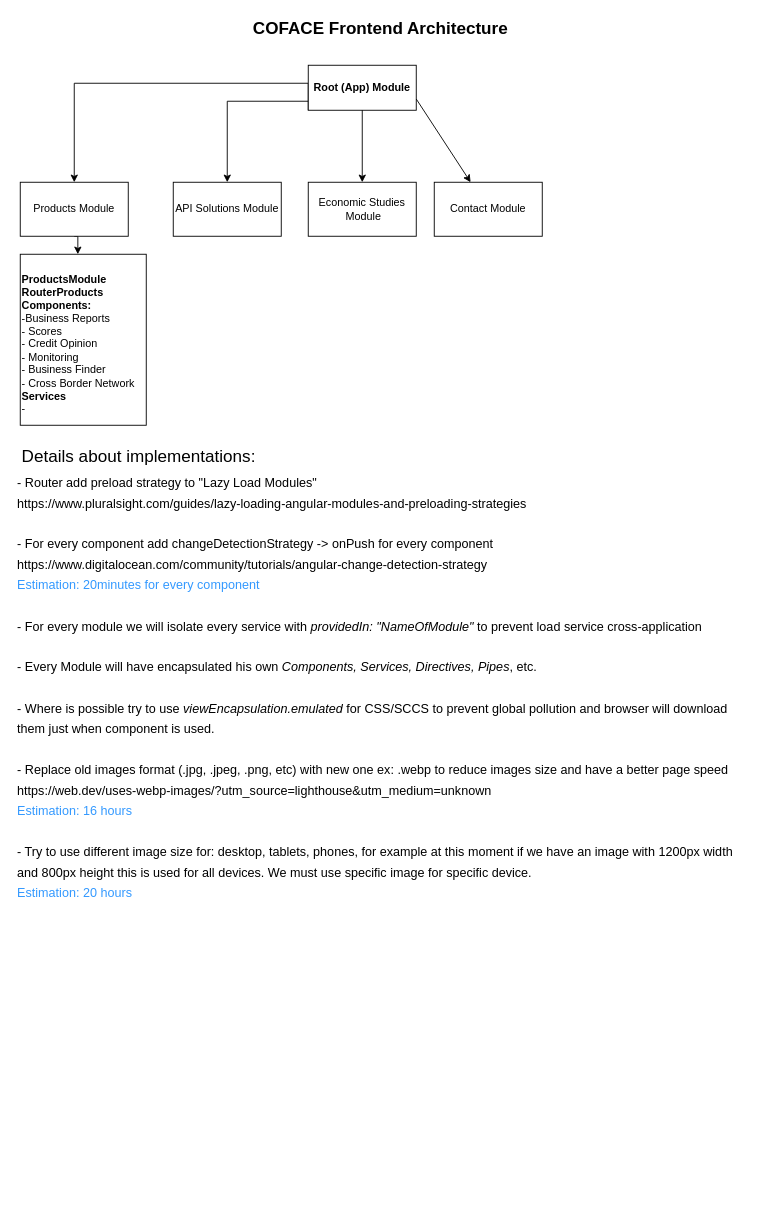
valikonen/coface keeps this draw.io diagram as Untitled Diagram.drawio. Above is the earlier version. Source tidied: cells renumbered, new cells numbered last; positions are measured from the earlier drawing's top-left corner, leaving out a move shared by most shapes. Both pictures are drawn from the tidied source at 90%, with x=0, y=0 at pixel (15, 15).
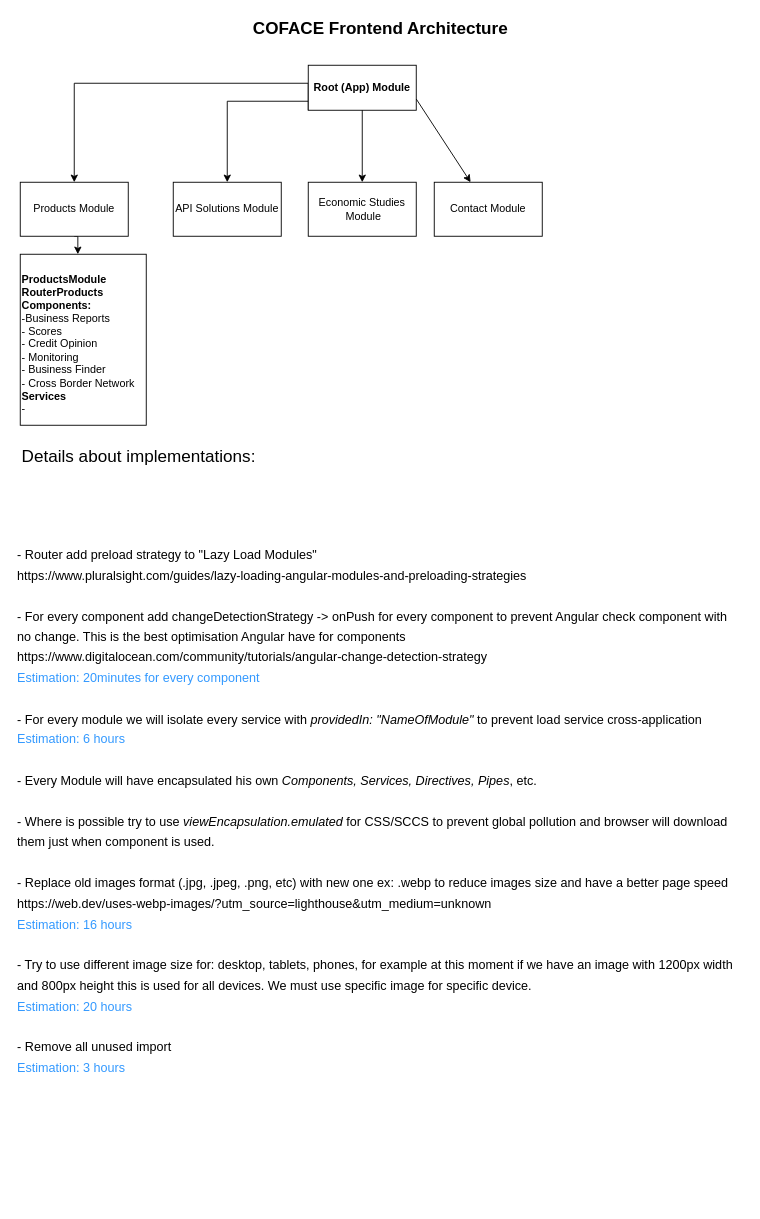
The same page after the edit.

The edit, as a diff of the source:
```diff
@@
 <mxGraphModel>
   <root>
     <mxCell id="0" />
     <mxCell id="1" parent="0" />
     <mxCell id="2" style="edgeStyle=orthogonalEdgeStyle;rounded=0;jettySize=auto;html=1;exitX=0;exitY=1;exitDx=0;exitDy=0;" parent="1" edge="1" source="4" target="6">
       <mxGeometry relative="1" as="geometry">
         <Array as="points">
           <mxPoint x="325" y="75" />
           <mxPoint x="65" y="75" />
         </Array>
       </mxGeometry>
     </mxCell>
     <mxCell id="3" style="edgeStyle=orthogonalEdgeStyle;rounded=0;jettySize=auto;html=1;exitX=0.5;exitY=1;exitDx=0;exitDy=0;" parent="1" edge="1" source="4" target="8">
       <mxGeometry relative="1" as="geometry">
         <Array as="points">
           <mxPoint x="385" y="95" />
           <mxPoint x="235" y="95" />
         </Array>
       </mxGeometry>
     </mxCell>
     <mxCell id="4" value="Root (App) Module" style="rounded=0;whiteSpace=wrap;html=1;fontStyle=1;" parent="1" vertex="1">
       <mxGeometry x="325" y="55" width="120" height="50" as="geometry" />
     </mxCell>
     <mxCell id="5" style="edgeStyle=orthogonalEdgeStyle;rounded=0;jettySize=auto;html=1;exitX=0.5;exitY=1;exitDx=0;exitDy=0;entryX=0.457;entryY=0;entryDx=0;entryDy=0;entryPerimeter=0;" parent="1" edge="1" source="6" target="7">
       <mxGeometry relative="1" as="geometry" />
     </mxCell>
     <mxCell id="6" value="Products Module&lt;br&gt;" style="rounded=0;whiteSpace=wrap;html=1;" parent="1" vertex="1">
       <mxGeometry x="5" y="185" width="120" height="60" as="geometry" />
     </mxCell>
     <mxCell id="7" value="&lt;b&gt;&lt;br&gt;ProductsModule&lt;br&gt;RouterProducts&lt;br&gt;Components:&lt;/b&gt;&lt;br&gt;-Business Reports&lt;br&gt;- Scores&lt;br&gt;- Credit Opinion&lt;br&gt;- Monitoring&lt;br&gt;- Business Finder&lt;br&gt;- Cross Border Network&lt;br&gt;&lt;b&gt;Services&lt;br&gt;&lt;/b&gt;-" style="rounded=0;whiteSpace=wrap;html=1;align=left;verticalAlign=top;" parent="1" vertex="1">
       <mxGeometry x="5" y="265" width="140" height="190" as="geometry" />
     </mxCell>
     <mxCell id="8" value="API Solutions Module" style="rounded=0;whiteSpace=wrap;html=1;" parent="1" vertex="1">
       <mxGeometry x="175" y="185" width="120" height="60" as="geometry" />
     </mxCell>
     <mxCell id="9" style="endArrow=classic;html=1;exitX=0.5;exitY=1;exitDx=0;exitDy=0;" parent="1" edge="1" source="4">
       <mxGeometry relative="1" as="geometry">
         <mxPoint x="385" y="185" as="targetPoint" />
       </mxGeometry>
     </mxCell>
     <mxCell id="10" value="Economic Studies&lt;br&gt;&amp;nbsp;Module" style="rounded=0;whiteSpace=wrap;html=1;" parent="1" vertex="1">
       <mxGeometry x="325" y="185" width="120" height="60" as="geometry" />
     </mxCell>
     <mxCell id="11" style="endArrow=classic;html=1;exitX=1;exitY=0.75;exitDx=0;exitDy=0;" parent="1" edge="1" source="4" target="12">
       <mxGeometry relative="1" as="geometry" />
     </mxCell>
     <mxCell id="12" value="Contact Module" style="rounded=0;whiteSpace=wrap;html=1;" parent="1" vertex="1">
       <mxGeometry x="465" y="185" width="120" height="60" as="geometry" />
     </mxCell>
     <mxCell id="13" value="COFACE Frontend Architecture" style="text;html=1;align=center;verticalAlign=middle;fontSize=19;fontStyle=1;" parent="1" vertex="1">
       <mxGeometry x="255" width="300" height="30" as="geometry" />
     </mxCell>
     <mxCell id="14" value="Details about implementations:" style="text;html=1;align=left;verticalAlign=middle;fontSize=19;" parent="1" vertex="1">
       <mxGeometry x="5" y="475" width="280" height="30" as="geometry" />
     </mxCell>
-    <mxCell id="15" value="&lt;font&gt;&lt;span style=&quot;font-size: 14px&quot;&gt;- Router add preload strategy to &quot;Lazy Load Modules&quot;&lt;/span&gt;&lt;br&gt;&lt;span style=&quot;font-size: 14px&quot;&gt;https://www.pluralsight.com/guides/lazy-loading-angular-modules-and-preloading-strategies&lt;/span&gt;&lt;br&gt;&lt;br&gt;&lt;span style=&quot;font-size: 14px&quot;&gt;- For every component add changeDetectionStrategy -&amp;gt; onPush for every component&amp;nbsp;&lt;/span&gt;&lt;br&gt;&lt;span style=&quot;font-size: 14px&quot;&gt;https://www.digitalocean.com/community/tutorials/angular-change-detection-strategy&lt;/span&gt;&lt;br&gt;&lt;font color=&quot;#3399ff&quot; style=&quot;font-size: 14px&quot;&gt;Estimation: 20minutes for every component&amp;nbsp;&lt;br&gt;&lt;br&gt;&lt;/font&gt;&lt;span style=&quot;font-size: 14px&quot;&gt;- For every module we will isolate every service with &lt;/span&gt;&lt;i style=&quot;font-size: 14px&quot;&gt;providedIn: &quot;NameOfModule&quot;&lt;/i&gt;&lt;span style=&quot;font-size: 14px&quot;&gt; to prevent load service cross-application&lt;/span&gt;&lt;br&gt;&lt;br&gt;&lt;span style=&quot;font-size: 14px&quot;&gt;- Every Module will have encapsulated his own&lt;/span&gt;&lt;i style=&quot;font-size: 14px&quot;&gt; Components, Services, Directives, Pipes&lt;/i&gt;&lt;span style=&quot;font-size: 14px&quot;&gt;, etc.&lt;/span&gt;&lt;br&gt;&lt;br&gt;&lt;span style=&quot;font-size: 14px&quot;&gt;- Where is possible try to use &lt;/span&gt;&lt;i style=&quot;font-size: 14px&quot;&gt;viewEncapsulation.emulated&lt;/i&gt;&lt;span style=&quot;font-size: 14px&quot;&gt; for CSS/SCCS to prevent global pollution and browser will download &lt;/span&gt;&lt;br&gt;&lt;span style=&quot;font-size: 14px&quot;&gt;them just when component is used.&lt;/span&gt;&lt;br&gt;&lt;br&gt;&lt;span style=&quot;font-size: 14px&quot;&gt;- Replace old images format (.jpg, .jpeg, .png, etc) with new one ex: .webp to reduce images size and have a better page speed&lt;/span&gt;&lt;br&gt;&lt;span style=&quot;font-size: 14px&quot;&gt;https://web.dev/uses-webp-images/?utm_source=lighthouse&amp;amp;utm_medium=unknown&amp;nbsp;&lt;/span&gt;&lt;br&gt;&lt;span style=&quot;font-size: 14px ; color: rgb(51 , 153 , 255)&quot;&gt;Estimation: 16 hours&lt;br&gt;&lt;br&gt;&lt;/span&gt;&lt;span style=&quot;font-size: 14px&quot;&gt;- Try to use different image size for: desktop, tablets, phones, for example at this moment if we have an image with 1200px width &lt;/span&gt;&lt;br&gt;&lt;span style=&quot;font-size: 14px&quot;&gt;and 800px height this is used for all devices. We must use specific image for specific device.&lt;/span&gt;&lt;br&gt;&lt;span style=&quot;font-size: 14px ; color: rgb(51 , 153 , 255)&quot;&gt;Estimation: 20 hours&lt;br&gt;&lt;/span&gt;&lt;br&gt;&lt;br&gt;&lt;br&gt;&lt;/font&gt;" style="text;html=1;align=left;verticalAlign=middle;fontSize=19;" parent="1" vertex="1">
-      <mxGeometry y="485" width="810" height="590" as="geometry" />
+    <mxCell id="15" value="&lt;font&gt;&lt;span style=&quot;font-size: 14px&quot;&gt;- Router add preload strategy to &quot;Lazy Load Modules&quot;&lt;/span&gt;&lt;br&gt;&lt;span style=&quot;font-size: 14px&quot;&gt;https://www.pluralsight.com/guides/lazy-loading-angular-modules-and-preloading-strategies&lt;/span&gt;&lt;br&gt;&lt;br&gt;&lt;span style=&quot;font-size: 14px&quot;&gt;- For every component add changeDetectionStrategy -&amp;gt; onPush for every component to prevent Angular check component with &lt;br&gt;no change. This is the best optimisation Angular have for components&lt;/span&gt;&lt;br&gt;&lt;span style=&quot;font-size: 14px&quot;&gt;https://www.digitalocean.com/community/tutorials/angular-change-detection-strategy&lt;/span&gt;&lt;br&gt;&lt;font color=&quot;#3399ff&quot; style=&quot;font-size: 14px&quot;&gt;Estimation: 20minutes for every component&amp;nbsp;&lt;br&gt;&lt;br&gt;&lt;/font&gt;&lt;span style=&quot;font-size: 14px&quot;&gt;- For every module we will isolate every service with &lt;/span&gt;&lt;i style=&quot;font-size: 14px&quot;&gt;providedIn: &quot;NameOfModule&quot;&lt;/i&gt;&lt;span style=&quot;font-size: 14px&quot;&gt; to prevent load service cross-application&lt;br&gt;&lt;/span&gt;&lt;span style=&quot;color: rgb(51 , 153 , 255) ; font-size: 14px&quot;&gt;Estimation: 6 hours&lt;/span&gt;&lt;br&gt;&lt;br&gt;&lt;span style=&quot;font-size: 14px&quot;&gt;- Every Module will have encapsulated his own&lt;/span&gt;&lt;i style=&quot;font-size: 14px&quot;&gt; Components, Services, Directives, Pipes&lt;/i&gt;&lt;span style=&quot;font-size: 14px&quot;&gt;, etc.&lt;/span&gt;&lt;br&gt;&lt;br&gt;&lt;span style=&quot;font-size: 14px&quot;&gt;- Where is possible try to use &lt;/span&gt;&lt;i style=&quot;font-size: 14px&quot;&gt;viewEncapsulation.emulated&lt;/i&gt;&lt;span style=&quot;font-size: 14px&quot;&gt; for CSS/SCCS to prevent global pollution and browser will download &lt;/span&gt;&lt;br&gt;&lt;span style=&quot;font-size: 14px&quot;&gt;them just when component is used.&lt;/span&gt;&lt;br&gt;&lt;br&gt;&lt;span style=&quot;font-size: 14px&quot;&gt;- Replace old images format (.jpg, .jpeg, .png, etc) with new one ex: .webp to reduce images size and have a better page speed&lt;/span&gt;&lt;br&gt;&lt;span style=&quot;font-size: 14px&quot;&gt;https://web.dev/uses-webp-images/?utm_source=lighthouse&amp;amp;utm_medium=unknown&amp;nbsp;&lt;/span&gt;&lt;br&gt;&lt;span style=&quot;font-size: 14px ; color: rgb(51 , 153 , 255)&quot;&gt;Estimation: 16 hours&lt;br&gt;&lt;br&gt;&lt;/span&gt;&lt;span style=&quot;font-size: 14px&quot;&gt;- Try to use different image size for: desktop, tablets, phones, for example at this moment if we have an image with 1200px width &lt;/span&gt;&lt;br&gt;&lt;span style=&quot;font-size: 14px&quot;&gt;and 800px height this is used for all devices. We must use specific image for specific device.&lt;/span&gt;&lt;br&gt;&lt;span style=&quot;font-size: 14px ; color: rgb(51 , 153 , 255)&quot;&gt;Estimation: 20 hours&lt;br&gt;&lt;br&gt;&lt;/span&gt;&lt;font style=&quot;font-size: 14px&quot;&gt;- Remove all unused import&lt;/font&gt;&lt;br&gt;&lt;span style=&quot;color: rgb(51 , 153 , 255) ; font-size: 14px&quot;&gt;Estimation: 3 hours&lt;br&gt;&lt;/span&gt;&lt;br&gt;&lt;br&gt;&lt;br&gt;&lt;br&gt;&lt;br&gt;&lt;/font&gt;" style="text;html=1;align=left;verticalAlign=middle;fontSize=19;" parent="1" vertex="1">
+      <mxGeometry y="560" width="810" height="760" as="geometry" />
     </mxCell>
   </root>
 </mxGraphModel>
```
